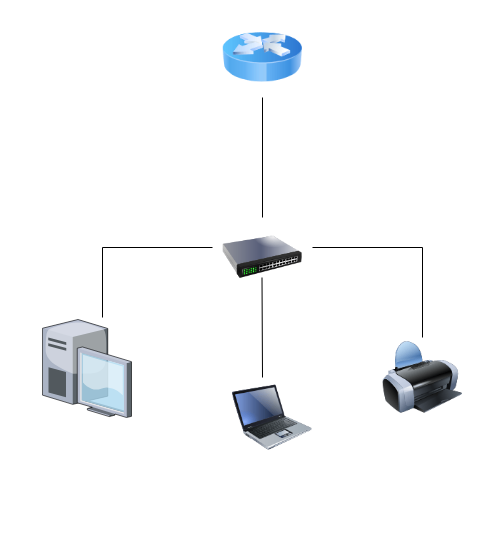
Fromyi/fromyi keeps this draw.io diagram as Basic Network Structure.drawio. Above is the earlier version. Source tidied: cells renumbered, new cells numbered last; positions are measured from the earlier drawing's top-left corner, leaving out a move shared by most shapes. Both pictures are drawn from the tidied source at 100%, with x=0, y=0 at pixel (42, 17).
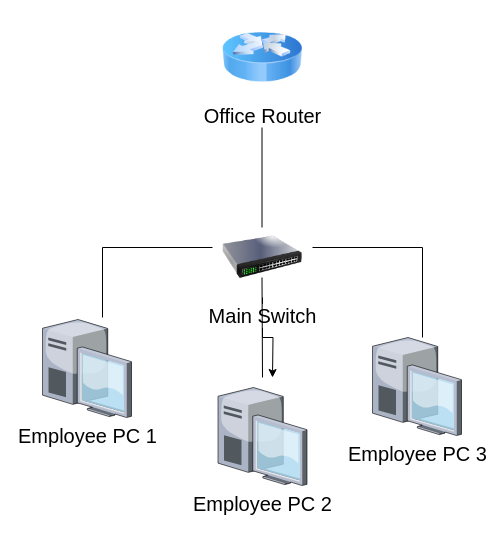
After the change.

The edit, as a diff of the source:
```diff
@@
-    <mxCell id="2" style="image;html=1;image=img/lib/clip_art/networking/Router_Icon_128x128.png;" parent="1" vertex="1">
+    <mxCell id="2" value="&lt;font style=&quot;font-size: 20px;&quot;&gt;Office Router&lt;/font&gt;&lt;div&gt;&lt;font style=&quot;font-size: 20px;&quot;&gt;&lt;br&gt;&lt;/font&gt;&lt;/div&gt;" style="image;html=1;image=img/lib/clip_art/networking/Router_Icon_128x128.png;" parent="1" vertex="1">
       <mxGeometry x="180" width="80" height="80" as="geometry" />
     </mxCell>
+    <mxCell id="13" style="edgeStyle=orthogonalEdgeStyle;rounded=0;jettySize=auto;html=1;" parent="1" edge="1" source="3">
+      <mxGeometry relative="1" as="geometry">
+        <mxPoint x="230" y="360" as="targetPoint" />
+      </mxGeometry>
+    </mxCell>
-    <mxCell id="3" style="image;html=1;image=img/lib/clip_art/networking/Switch_128x128.png;" parent="1" vertex="1">
+    <mxCell id="3" value="&lt;font style=&quot;font-size: 20px;&quot;&gt;Main Switch&lt;/font&gt;" style="image;html=1;image=img/lib/clip_art/networking/Switch_128x128.png;" parent="1" vertex="1">
       <mxGeometry x="180" y="200" width="80" height="80" as="geometry" />
     </mxCell>
-    <mxCell id="4" style="endArrow=none;html=1;rounded=0;strokeColor=default;entryX=0.5;entryY=1;entryDx=0;entryDy=0;" parent="1" edge="1" target="2">
+    <mxCell id="4" style="endArrow=none;html=1;rounded=0;strokeColor=default;entryX=0.5;entryY=1;entryDx=0;entryDy=0;" parent="1" edge="1">
       <mxGeometry relative="1" as="geometry">
-        <mxPoint x="220" y="200" as="sourcePoint" />
+        <mxPoint x="219.5" y="210" as="sourcePoint" />
+        <mxPoint x="219.5" y="110" as="targetPoint" />
       </mxGeometry>
     </mxCell>
@@
-    <mxCell id="10" style="image;html=1;image=img/lib/clip_art/computers/Laptop_128x128.png;" parent="1" vertex="1">
-      <mxGeometry x="190" y="360" width="80" height="80" as="geometry" />
-    </mxCell>
-    <mxCell id="11" style="image;html=1;image=img/lib/clip_art/computers/Printer_128x128.png;" parent="1" vertex="1">
-      <mxGeometry x="340" y="320" width="80" height="80" as="geometry" />
-    </mxCell>
-    <mxCell id="12" style="verticalLabelPosition=bottom;sketch=0;html=1;verticalAlign=top;strokeColor=none;align=center;shape=mxgraph.citrix.desktop;" parent="1" vertex="1">
+    <mxCell id="12" value="&lt;font style=&quot;font-size: 20px;&quot;&gt;Employee PC 1&lt;/font&gt;" style="verticalLabelPosition=bottom;sketch=0;html=1;verticalAlign=top;strokeColor=none;align=center;shape=mxgraph.citrix.desktop;" parent="1" vertex="1">
       <mxGeometry y="302" width="89" height="98" as="geometry" />
     </mxCell>
+    <mxCell id="14" value="&lt;span style=&quot;font-size: 20px;&quot;&gt;Employee PC 3&lt;/span&gt;&lt;div&gt;&lt;span style=&quot;font-size: 20px;&quot;&gt;&lt;br&gt;&lt;/span&gt;&lt;/div&gt;" style="verticalLabelPosition=bottom;sketch=0;html=1;verticalAlign=top;strokeColor=none;align=center;shape=mxgraph.citrix.desktop;" parent="1" vertex="1">
+      <mxGeometry x="330" y="320" width="89" height="98" as="geometry" />
+    </mxCell>
+    <mxCell id="15" value="&lt;span style=&quot;font-size: 20px;&quot;&gt;Employee PC 2&lt;/span&gt;&lt;div&gt;&lt;span style=&quot;font-size: 20px;&quot;&gt;&lt;br&gt;&lt;/span&gt;&lt;/div&gt;" style="verticalLabelPosition=bottom;sketch=0;html=1;verticalAlign=top;strokeColor=none;align=center;shape=mxgraph.citrix.desktop;" parent="1" vertex="1">
+      <mxGeometry x="175.5" y="370" width="89" height="98" as="geometry" />
+    </mxCell>
```
